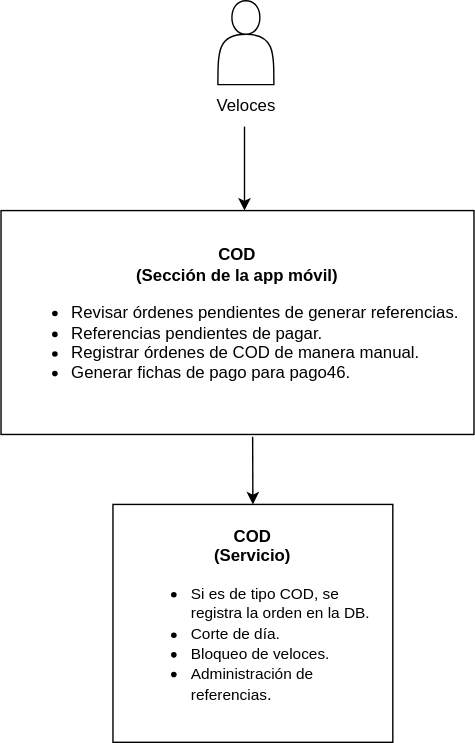
This is Diagrama C1 COD.svg from dani99m/Diagramas, a draw.io export, as it was before one commit. Source tidied: cells renumbered, new cells last; positions are measured from the earlier drawing's top-left corner, leaving out a move shared by most shapes.
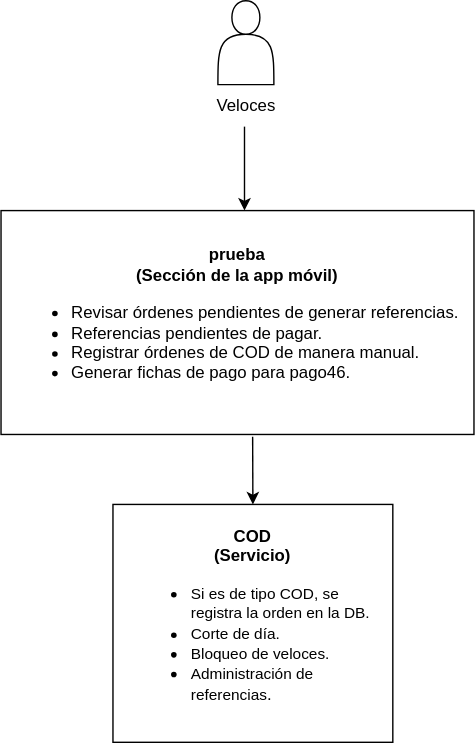
The same file after the commit.

What changed in the source:
```diff
@@ -17,7 +17,7 @@
         </Array>
       </mxGeometry>
     </mxCell>
-    <mxCell id="5" value="&lt;span style=&quot;background-color: initial;&quot;&gt;&lt;b&gt;COD&lt;br&gt;(Sección de la app m&lt;/b&gt;&lt;span style=&quot;font-size: 12px;&quot;&gt;&lt;b&gt;óvil)&lt;/b&gt;&lt;/span&gt;&lt;br&gt;&lt;/span&gt;&lt;ul&gt;&lt;li style=&quot;text-align: left;&quot;&gt;Revisar órdenes pendientes de generar referencias.&lt;/li&gt;&lt;li style=&quot;text-align: left;&quot;&gt;Referencias pendientes de pagar.&lt;/li&gt;&lt;li style=&quot;text-align: left;&quot;&gt;Registrar órdenes de COD de manera manual.&lt;/li&gt;&lt;li style=&quot;text-align: left;&quot;&gt;Generar fichas de pago para pago46.&lt;/li&gt;&lt;/ul&gt;" style="rounded=0;whiteSpace=wrap;html=1;" parent="1" vertex="1">
+    <mxCell id="5" value="&lt;span style=&quot;background-color: initial;&quot;&gt;&lt;b&gt;prueba&lt;br&gt;(Sección de la app m&lt;/b&gt;&lt;span style=&quot;font-size: 12px;&quot;&gt;&lt;b&gt;óvil)&lt;/b&gt;&lt;/span&gt;&lt;br&gt;&lt;/span&gt;&lt;ul&gt;&lt;li style=&quot;text-align: left;&quot;&gt;Revisar órdenes pendientes de generar referencias.&lt;/li&gt;&lt;li style=&quot;text-align: left;&quot;&gt;Referencias pendientes de pagar.&lt;/li&gt;&lt;li style=&quot;text-align: left;&quot;&gt;Registrar órdenes de COD de manera manual.&lt;/li&gt;&lt;li style=&quot;text-align: left;&quot;&gt;Generar fichas de pago para pago46.&lt;/li&gt;&lt;/ul&gt;" style="rounded=0;whiteSpace=wrap;html=1;" parent="1" vertex="1">
       <mxGeometry y="150" width="338" height="160" as="geometry" />
     </mxCell>
     <mxCell id="6" style="endArrow=classic;html=1;rounded=0;entryX=0.5;entryY=0;entryDx=0;entryDy=0;exitX=0.532;exitY=1.01;exitDx=0;exitDy=0;exitPerimeter=0;" parent="1" edge="1" source="5" target="7">
```
